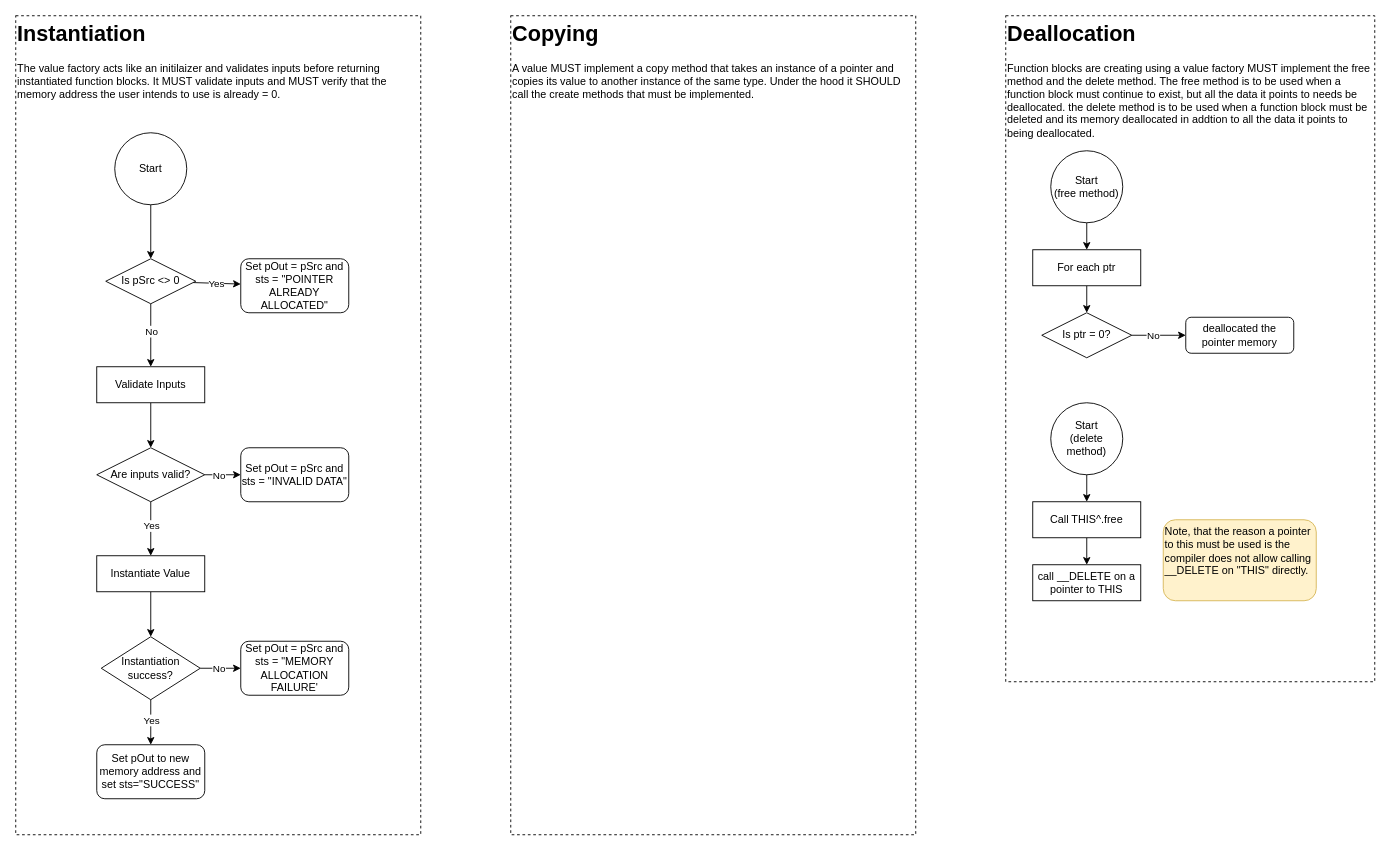
MrSamuelLaw/TcOtlp keeps this draw.io diagram as docs/value-life-cycle.drawio. Above is the earlier version. Source tidied: cells renumbered, new cells numbered last; positions are measured from the earlier drawing's top-left corner, leaving out a move shared by most shapes. Both pictures are drawn from the tidied source at 90%, with x=0, y=0 at pixel (15, 15).
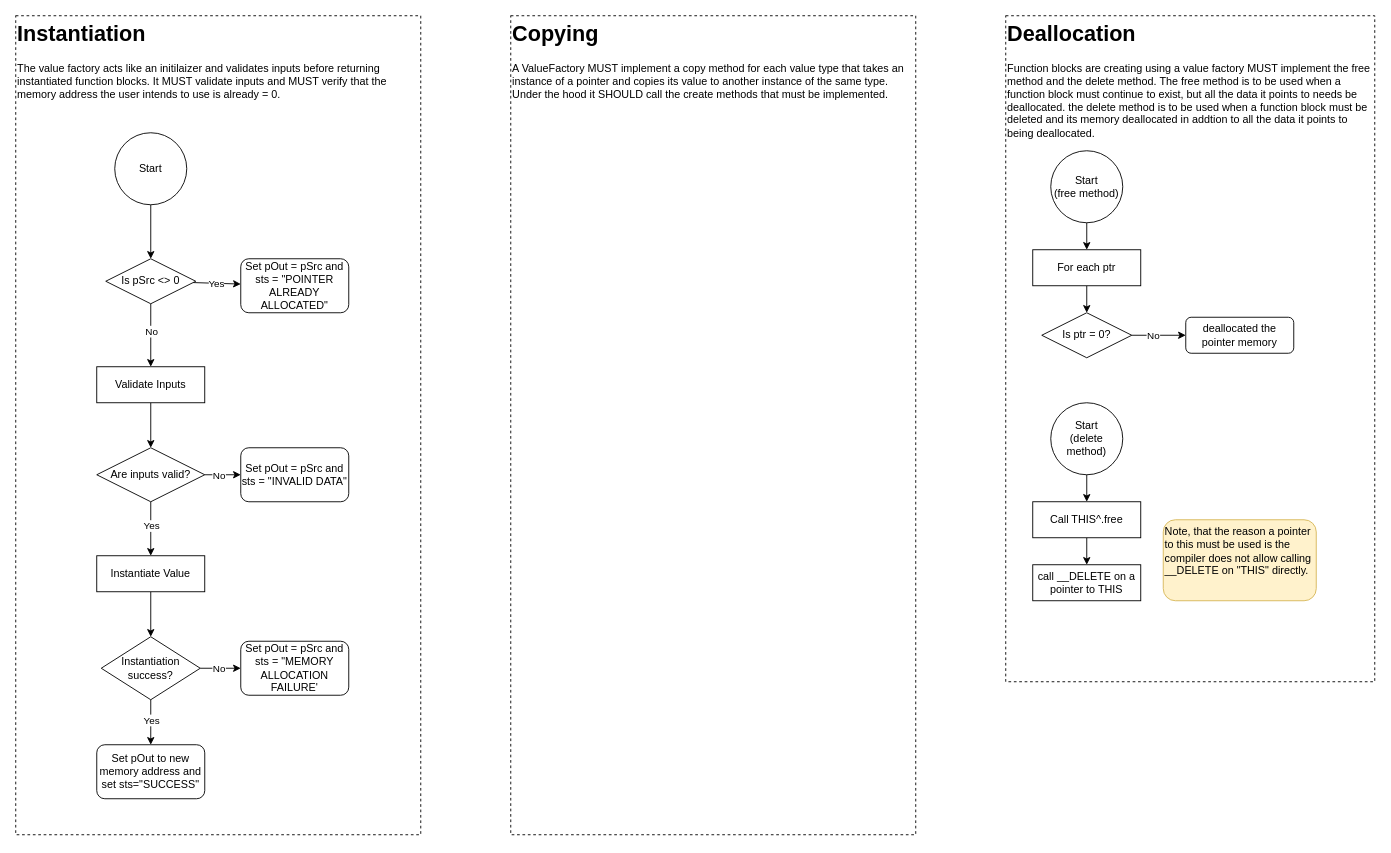
The same diagram, later.

Diff of the diagram source:
```diff
@@
-    <mxCell id="43" value="&lt;h1 style=&quot;margin-top: 0px;&quot;&gt;Copying&lt;/h1&gt;&lt;div&gt;A value MUST implement a copy method that takes an instance of a pointer and copies its value to another instance of the same type. Under the hood it SHOULD call the create methods that must be implemented.&lt;/div&gt;&lt;div&gt;&lt;br&gt;&lt;/div&gt;" style="text;html=1;whiteSpace=wrap;overflow=hidden;rounded=0;strokeColor=default;dashed=1;" parent="1" vertex="1">
+    <mxCell id="43" value="&lt;h1 style=&quot;margin-top: 0px;&quot;&gt;Copying&lt;/h1&gt;&lt;div&gt;A ValueFactory MUST implement a copy method for each value type that takes an instance of a pointer and copies its value to another instance of the same type. Under the hood it SHOULD call the create methods that must be implemented.&lt;/div&gt;&lt;div&gt;&lt;br&gt;&lt;/div&gt;" style="text;html=1;whiteSpace=wrap;overflow=hidden;rounded=0;strokeColor=default;dashed=1;" parent="1" vertex="1">
       <mxGeometry x="550" width="450" height="910" as="geometry" />
     </mxCell>
```
